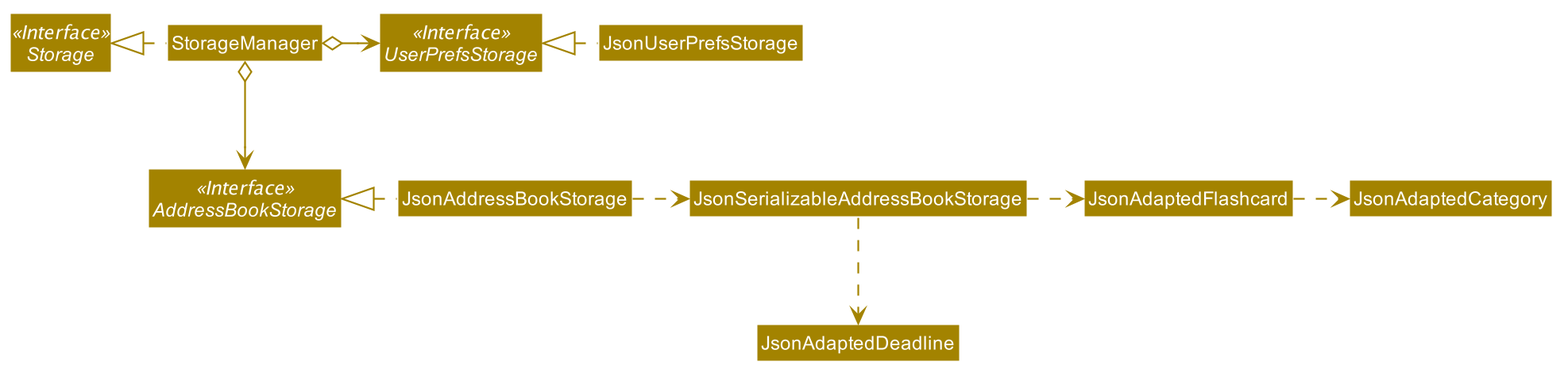
nus-cs2103-AY1920S1/addressbook-level3 keeps this PlantUML diagram as docs/images/StorageClassDiagram.png. Above is the earlier version.
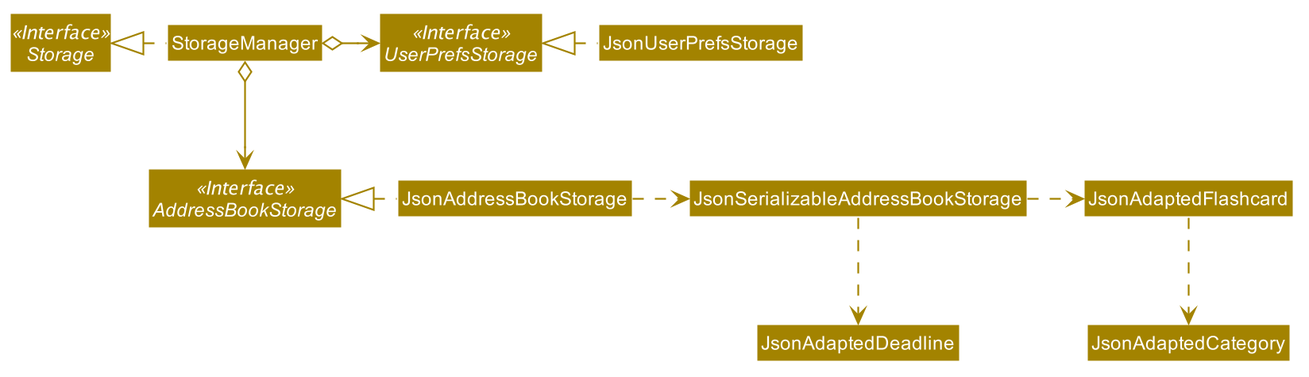
After the commit.

The edit, as a diff of the source:
```diff
@@ -70,5 +70,5 @@
 JsonAddressBookStorage .right.> JsonSerializableAddressBookStorage
 JsonSerializableAddressBookStorage .right.> JsonAdaptedFlashcard
 JsonSerializableAddressBookStorage ..> JsonAdaptedDeadline
-JsonAdaptedFlashcard .right.> JsonAdaptedCategory
+JsonAdaptedFlashcard ..> JsonAdaptedCategory
 @enduml
```
